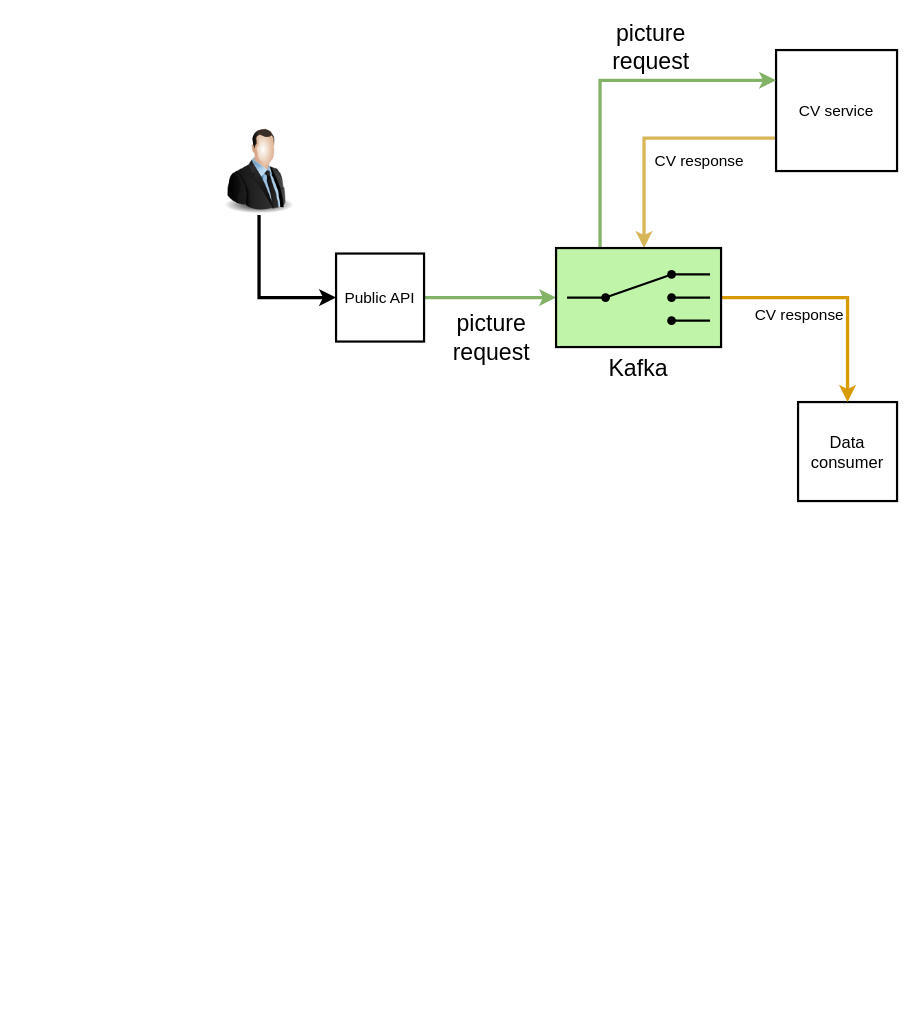
This is CV.drawio from stranger-inthenight/CV-doc, a draw.io file, before an edit. Source tidied: cells renumbered, new cells numbered last; positions are measured from the earlier drawing's top-left corner, leaving out a move shared by most shapes. Both pictures are drawn from the tidied source at 110%, with x=0, y=0 at pixel (215, 50).
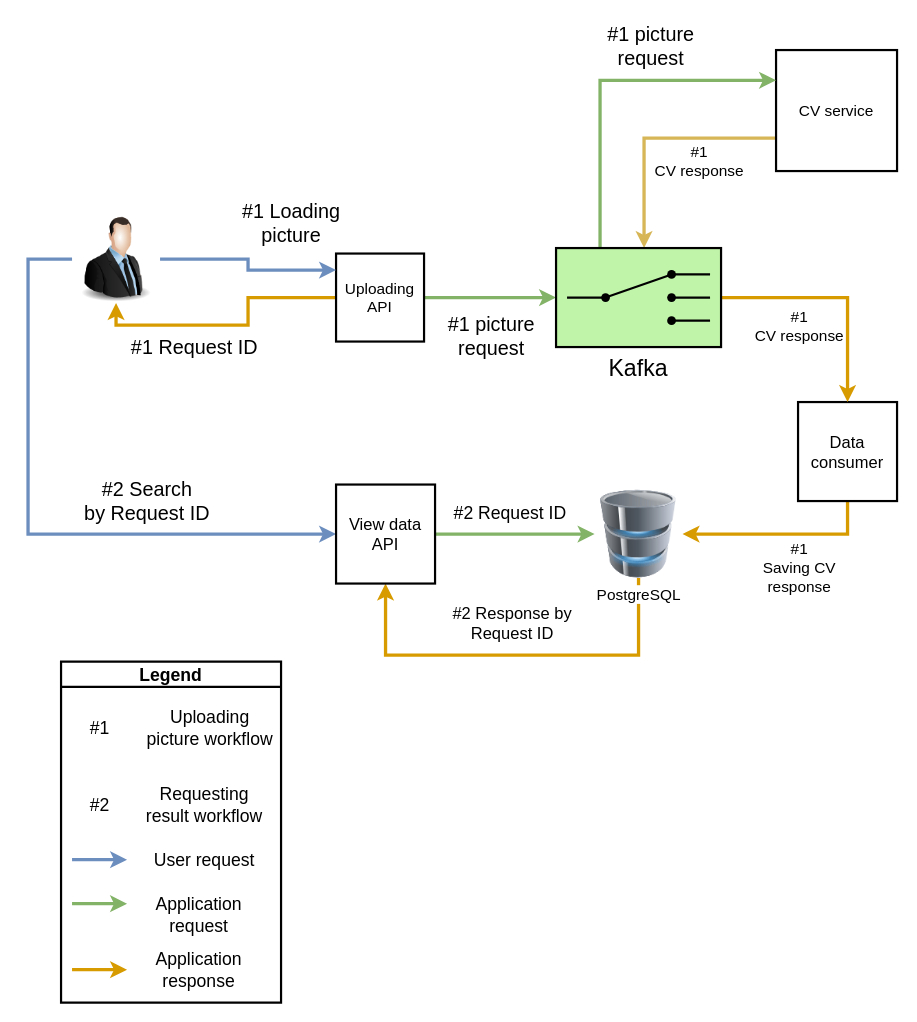
The same page after the edit.

The change refers to these unchanged cells:
```xml
<mxCell id="2" style="edgeStyle=orthogonalEdgeStyle;rounded=0;jettySize=auto;html=1;entryX=0;entryY=0.5;entryDx=0;entryDy=0;entryPerimeter=0;fontSize=21;fillColor=#d5e8d4;strokeColor=#82b366;strokeWidth=3;" parent="1" edge="1" source="4" target="13">
  <mxGeometry relative="1" as="geometry" />
</mxCell>
<mxCell id="5" style="edgeStyle=orthogonalEdgeStyle;rounded=0;jettySize=auto;html=1;strokeWidth=3;fontSize=21;fillColor=#fff2cc;strokeColor=#d6b656;" parent="1" edge="1" source="7" target="13">
  <mxGeometry relative="1" as="geometry">
    <Array as="points">
      <mxPoint x="390" y="80" />
    </Array>
  </mxGeometry>
</mxCell>
<mxCell id="8" value="&lt;div style=&quot;font-size: 15px;&quot;&gt;Data &lt;br style=&quot;font-size: 15px;&quot;&gt;&lt;/div&gt;&lt;div style=&quot;font-size: 15px;&quot;&gt;consumer&lt;/div&gt;" style="whiteSpace=wrap;html=1;strokeWidth=2;fontSize=15;" parent="1" vertex="1">
  <mxGeometry x="530" y="320" width="90" height="90" as="geometry" />
</mxCell>
<mxCell id="9" style="edgeStyle=orthogonalEdgeStyle;rounded=0;jettySize=auto;html=1;entryX=0;entryY=0.25;entryDx=0;entryDy=0;fontSize=21;fillColor=#d5e8d4;strokeColor=#82b366;strokeWidth=3;" parent="1" edge="1" source="13" target="7">
  <mxGeometry relative="1" as="geometry">
    <Array as="points">
      <mxPoint x="350" y="28" />
    </Array>
  </mxGeometry>
</mxCell>
<mxCell id="11" style="edgeStyle=orthogonalEdgeStyle;rounded=0;jettySize=auto;html=1;entryX=0.5;entryY=0;entryDx=0;entryDy=0;strokeWidth=3;fontSize=21;fillColor=#ffe6cc;strokeColor=#d79b00;" parent="1" edge="1" source="13" target="8">
  <mxGeometry relative="1" as="geometry" />
</mxCell>
```

Change to the diagram source:
```diff
@@
-    <mxCell id="3" value="&lt;div&gt;picture&lt;/div&gt;&lt;div&gt;request&lt;br&gt;&lt;/div&gt;" style="edgeLabel;html=1;align=center;verticalAlign=middle;fontSize=21;" parent="2" vertex="1">
+    <mxCell id="3" value="#1 picture&lt;div style=&quot;font-size: 18px;&quot;&gt;request&lt;br style=&quot;font-size: 18px;&quot;&gt;&lt;/div&gt;" style="edgeLabel;html=1;align=center;verticalAlign=middle;fontSize=18;" parent="2" vertex="1">
       <mxGeometry x="-0.28" y="-1" relative="1" as="geometry">
         <mxPoint x="17" y="34" as="offset" />
       </mxGeometry>
     </mxCell>
+    <mxCell id="16" style="edgeStyle=orthogonalEdgeStyle;rounded=0;jettySize=auto;html=1;entryX=0.5;entryY=1;entryDx=0;entryDy=0;strokeWidth=3;fontSize=18;fillColor=#ffe6cc;strokeColor=#d79b00;" parent="1" edge="1" source="4" target="15">
+      <mxGeometry relative="1" as="geometry" />
+    </mxCell>
+    <mxCell id="17" value="#1 Request ID" style="edgeLabel;html=1;align=center;verticalAlign=middle;fontSize=18;" parent="16" vertex="1">
+      <mxGeometry x="0.15" relative="1" as="geometry">
+        <mxPoint x="-14" y="20" as="offset" />
+      </mxGeometry>
+    </mxCell>
-    <mxCell id="4" value="&lt;div style=&quot;font-size: 14px;&quot;&gt;Public API&lt;/div&gt;" style="whiteSpace=wrap;html=1;strokeWidth=2;fontSize=14;" parent="1" vertex="1">
+    <mxCell id="4" value="&lt;div style=&quot;font-size: 14px&quot;&gt;Uploading&lt;/div&gt;&lt;div style=&quot;font-size: 14px&quot;&gt; API&lt;/div&gt;" style="whiteSpace=wrap;html=1;strokeWidth=2;fontSize=14;" parent="1" vertex="1">
       <mxGeometry x="110" y="185" width="80" height="80" as="geometry" />
     </mxCell>
@@
-    <mxCell id="6" value="CV response" style="edgeLabel;html=1;align=center;verticalAlign=middle;fontSize=14;" parent="5" vertex="1">
+    <mxCell id="6" value="&lt;div&gt;#1&lt;/div&gt;&lt;div&gt;CV response&lt;/div&gt;" style="edgeLabel;html=1;align=center;verticalAlign=middle;fontSize=14;" parent="5" vertex="1">
       <mxGeometry x="-0.25" y="-2" relative="1" as="geometry">
         <mxPoint x="12" y="22" as="offset" />
       </mxGeometry>
     </mxCell>
@@
+    <mxCell id="18" style="edgeStyle=orthogonalEdgeStyle;rounded=0;jettySize=auto;html=1;entryX=1;entryY=0.5;entryDx=0;entryDy=0;strokeWidth=3;fontSize=14;fillColor=#ffe6cc;strokeColor=#d79b00;" parent="1" edge="1" source="8" target="25">
+      <mxGeometry relative="1" as="geometry">
+        <Array as="points">
+          <mxPoint x="575" y="440" />
+        </Array>
+      </mxGeometry>
+    </mxCell>
+    <mxCell id="19" value="&lt;div&gt;#1 &lt;br&gt;&lt;/div&gt;&lt;div&gt;Saving CV&lt;/div&gt;&lt;div&gt; response&lt;/div&gt;" style="edgeLabel;html=1;align=center;verticalAlign=middle;fontSize=14;" parent="18" vertex="1">
+      <mxGeometry x="0.58" y="-1" relative="1" as="geometry">
+        <mxPoint x="67" y="31" as="offset" />
+      </mxGeometry>
+    </mxCell>
@@
-    <mxCell id="10" value="&lt;div&gt;picture&lt;/div&gt;&lt;div&gt;request&lt;br&gt;&lt;/div&gt;" style="edgeLabel;html=1;align=center;verticalAlign=middle;fontSize=21;" parent="9" vertex="1">
+    <mxCell id="10" value="&lt;div style=&quot;font-size: 18px;&quot;&gt;#1 picture&lt;/div&gt;&lt;div style=&quot;font-size: 18px;&quot;&gt;request&lt;br style=&quot;font-size: 18px;&quot;&gt;&lt;/div&gt;" style="edgeLabel;html=1;align=center;verticalAlign=middle;fontSize=18;" parent="9" vertex="1">
       <mxGeometry x="-0.14" y="-1" relative="1" as="geometry">
         <mxPoint x="44" y="-50" as="offset" />
       </mxGeometry>
     </mxCell>
@@
-    <mxCell id="12" value="CV response" style="edgeLabel;html=1;align=center;verticalAlign=middle;fontSize=14;" parent="11" vertex="1">
+    <mxCell id="12" value="&lt;div&gt;#1 &lt;br&gt;&lt;/div&gt;&lt;div&gt;CV response&lt;/div&gt;" style="edgeLabel;html=1;align=center;verticalAlign=middle;fontSize=14;" parent="11" vertex="1">
       <mxGeometry x="-0.02" y="2" relative="1" as="geometry">
-        <mxPoint x="-33" y="17" as="offset" />
+        <mxPoint x="-33" y="27" as="offset" />
       </mxGeometry>
     </mxCell>
@@
-    <mxCell id="14" style="edgeStyle=orthogonalEdgeStyle;rounded=0;jettySize=auto;html=1;entryX=0;entryY=0.5;entryDx=0;entryDy=0;strokeWidth=3;fontSize=21;exitX=0.5;exitY=1;exitDx=0;exitDy=0;" parent="1" edge="1" source="15" target="4">
-      <mxGeometry relative="1" as="geometry" />
+    <mxCell id="14" style="edgeStyle=orthogonalEdgeStyle;rounded=0;jettySize=auto;html=1;strokeWidth=3;fontSize=21;fillColor=#dae8fc;strokeColor=#6c8ebf;" parent="1" edge="1" source="15">
+      <mxGeometry relative="1" as="geometry">
+        <mxPoint x="110" y="200" as="targetPoint" />
+        <Array as="points">
+          <mxPoint x="30" y="190" />
+          <mxPoint x="30" y="200" />
+          <mxPoint x="110" y="200" />
+        </Array>
+      </mxGeometry>
     </mxCell>
+    <mxCell id="20" value="&lt;div style=&quot;font-size: 18px&quot;&gt;#1 Loading &lt;br style=&quot;font-size: 18px&quot;&gt;&lt;/div&gt;&lt;div style=&quot;font-size: 18px&quot;&gt;picture&lt;/div&gt;" style="edgeLabel;html=1;align=center;verticalAlign=middle;fontSize=18;" parent="14" vertex="1">
+      <mxGeometry x="0.03" y="18" relative="1" as="geometry">
+        <mxPoint x="20" y="-41" as="offset" />
+      </mxGeometry>
+    </mxCell>
+    <mxCell id="21" style="edgeStyle=orthogonalEdgeStyle;rounded=0;jettySize=auto;html=1;entryX=0;entryY=0.5;entryDx=0;entryDy=0;strokeWidth=3;fontSize=18;fillColor=#dae8fc;strokeColor=#6c8ebf;" parent="1" edge="1" source="15" target="28">
+      <mxGeometry relative="1" as="geometry">
+        <Array as="points">
+          <mxPoint x="-170" y="190" />
+          <mxPoint x="-170" y="440" />
+        </Array>
+      </mxGeometry>
+    </mxCell>
+    <mxCell id="22" value="&lt;div&gt;#2 Search &lt;br&gt;&lt;/div&gt;&lt;div&gt;by Request ID&lt;br&gt;&lt;/div&gt;" style="edgeLabel;html=1;align=center;verticalAlign=middle;fontSize=18;" parent="21" vertex="1">
+      <mxGeometry x="0.35" y="2" relative="1" as="geometry">
+        <mxPoint x="12" y="-28" as="offset" />
+      </mxGeometry>
+    </mxCell>
     <mxCell id="15" style="image;html=1;image=img/lib/clip_art/people/Suit_Man_128x128.png;fontSize=21;" parent="1" vertex="1">
-      <mxGeometry y="70" width="80" height="80" as="geometry" />
+      <mxGeometry x="-130" y="150" width="80" height="80" as="geometry" />
     </mxCell>
+    <mxCell id="23" style="edgeStyle=orthogonalEdgeStyle;rounded=0;jettySize=auto;html=1;entryX=0.5;entryY=1;entryDx=0;entryDy=0;strokeWidth=3;fontSize=18;fillColor=#ffe6cc;strokeColor=#d79b00;" parent="1" edge="1" source="25" target="28">
+      <mxGeometry relative="1" as="geometry">
+        <Array as="points">
+          <mxPoint x="385" y="550" />
+          <mxPoint x="155" y="550" />
+        </Array>
+      </mxGeometry>
+    </mxCell>
+    <mxCell id="24" value="&lt;div style=&quot;font-size: 15px&quot;&gt;#2 Response by &lt;br style=&quot;font-size: 15px&quot;&gt;&lt;/div&gt;&lt;div style=&quot;font-size: 15px&quot;&gt;Request ID&lt;br style=&quot;font-size: 15px&quot;&gt;&lt;/div&gt;" style="edgeLabel;html=1;align=center;verticalAlign=middle;fontSize=15;" parent="23" vertex="1">
+      <mxGeometry x="0.15" y="6" relative="1" as="geometry">
+        <mxPoint x="24" y="-36" as="offset" />
+      </mxGeometry>
+    </mxCell>
+    <mxCell id="25" value="PostgreSQL" style="image;html=1;image=img/lib/clip_art/computers/Database_128x128.png;strokeWidth=2;fontSize=14;" parent="1" vertex="1">
+      <mxGeometry x="345" y="400" width="80" height="80" as="geometry" />
+    </mxCell>
+    <mxCell id="26" style="edgeStyle=orthogonalEdgeStyle;rounded=0;jettySize=auto;html=1;strokeWidth=3;fontSize=18;fillColor=#d5e8d4;strokeColor=#82b366;" parent="1" edge="1" source="28" target="25">
+      <mxGeometry relative="1" as="geometry" />
+    </mxCell>
+    <mxCell id="27" value="#2 Request ID" style="edgeLabel;html=1;align=center;verticalAlign=middle;fontSize=16;" parent="26" vertex="1">
+      <mxGeometry x="-0.28" y="-4" relative="1" as="geometry">
+        <mxPoint x="15" y="-24" as="offset" />
+      </mxGeometry>
+    </mxCell>
+    <mxCell id="28" value="&lt;div&gt;View data&lt;/div&gt;&lt;div&gt;API&lt;br&gt;&lt;/div&gt;" style="whiteSpace=wrap;html=1;strokeWidth=2;fontSize=15;" parent="1" vertex="1">
+      <mxGeometry x="110" y="395" width="90" height="90" as="geometry" />
+    </mxCell>
+    <mxCell id="29" value="Legend" style="swimlane;strokeWidth=2;fontSize=16;" parent="1" vertex="1">
+      <mxGeometry x="-140" y="556" width="200" height="310" as="geometry" />
+    </mxCell>
+    <mxCell id="30" value="&lt;div&gt;Uploading &lt;br&gt;&lt;/div&gt;&lt;div&gt;picture workflow&lt;/div&gt;" style="text;html=1;align=center;verticalAlign=middle;fontSize=16;" parent="29" vertex="1">
+      <mxGeometry x="70" y="40" width="130" height="40" as="geometry" />
+    </mxCell>
+    <mxCell id="31" value="#1" style="text;html=1;align=center;verticalAlign=middle;fontSize=16;" parent="29" vertex="1">
+      <mxGeometry x="20" y="50" width="30" height="20" as="geometry" />
+    </mxCell>
+    <mxCell id="32" value="#2" style="text;html=1;align=center;verticalAlign=middle;fontSize=16;" parent="29" vertex="1">
+      <mxGeometry x="20" y="120" width="30" height="20" as="geometry" />
+    </mxCell>
+    <mxCell id="33" value="&lt;div&gt;Requesting &lt;br&gt;&lt;/div&gt;&lt;div&gt;result workflow&lt;/div&gt;" style="text;html=1;align=center;verticalAlign=middle;fontSize=16;" parent="29" vertex="1">
+      <mxGeometry x="70" y="110" width="120" height="40" as="geometry" />
+    </mxCell>
+    <mxCell id="34" style="endArrow=classic;html=1;strokeWidth=3;fontSize=16;fillColor=#dae8fc;strokeColor=#6c8ebf;" parent="29" edge="1">
+      <mxGeometry relative="1" as="geometry">
+        <mxPoint x="10" y="180" as="sourcePoint" />
+        <mxPoint x="60" y="180" as="targetPoint" />
+      </mxGeometry>
+    </mxCell>
+    <mxCell id="35" value="User request" style="text;html=1;align=center;verticalAlign=middle;fontSize=16;" parent="29" vertex="1">
+      <mxGeometry x="75" y="170" width="110" height="20" as="geometry" />
+    </mxCell>
+    <mxCell id="36" style="endArrow=classic;html=1;strokeWidth=3;fontSize=16;fillColor=#d5e8d4;strokeColor=#82b366;" parent="29" edge="1">
+      <mxGeometry relative="1" as="geometry">
+        <mxPoint x="10" y="220" as="sourcePoint" />
+        <mxPoint x="60" y="220" as="targetPoint" />
+      </mxGeometry>
+    </mxCell>
+    <mxCell id="37" value="&lt;div&gt;Application &lt;br&gt;&lt;/div&gt;&lt;div&gt;request&lt;/div&gt;" style="text;html=1;align=center;verticalAlign=middle;fontSize=16;" parent="29" vertex="1">
+      <mxGeometry x="75" y="210" width="100" height="40" as="geometry" />
+    </mxCell>
+    <mxCell id="38" style="endArrow=classic;html=1;strokeWidth=3;fontSize=16;fillColor=#ffe6cc;strokeColor=#d79b00;" parent="29" edge="1">
+      <mxGeometry relative="1" as="geometry">
+        <mxPoint x="10" y="280" as="sourcePoint" />
+        <mxPoint x="60" y="280" as="targetPoint" />
+      </mxGeometry>
+    </mxCell>
+    <mxCell id="39" value="&lt;div&gt;Application&lt;/div&gt;&lt;div&gt;response&lt;br&gt;&lt;/div&gt;" style="text;html=1;align=center;verticalAlign=middle;fontSize=16;" parent="29" vertex="1">
+      <mxGeometry x="75" y="260" width="100" height="40" as="geometry" />
+    </mxCell>
```
